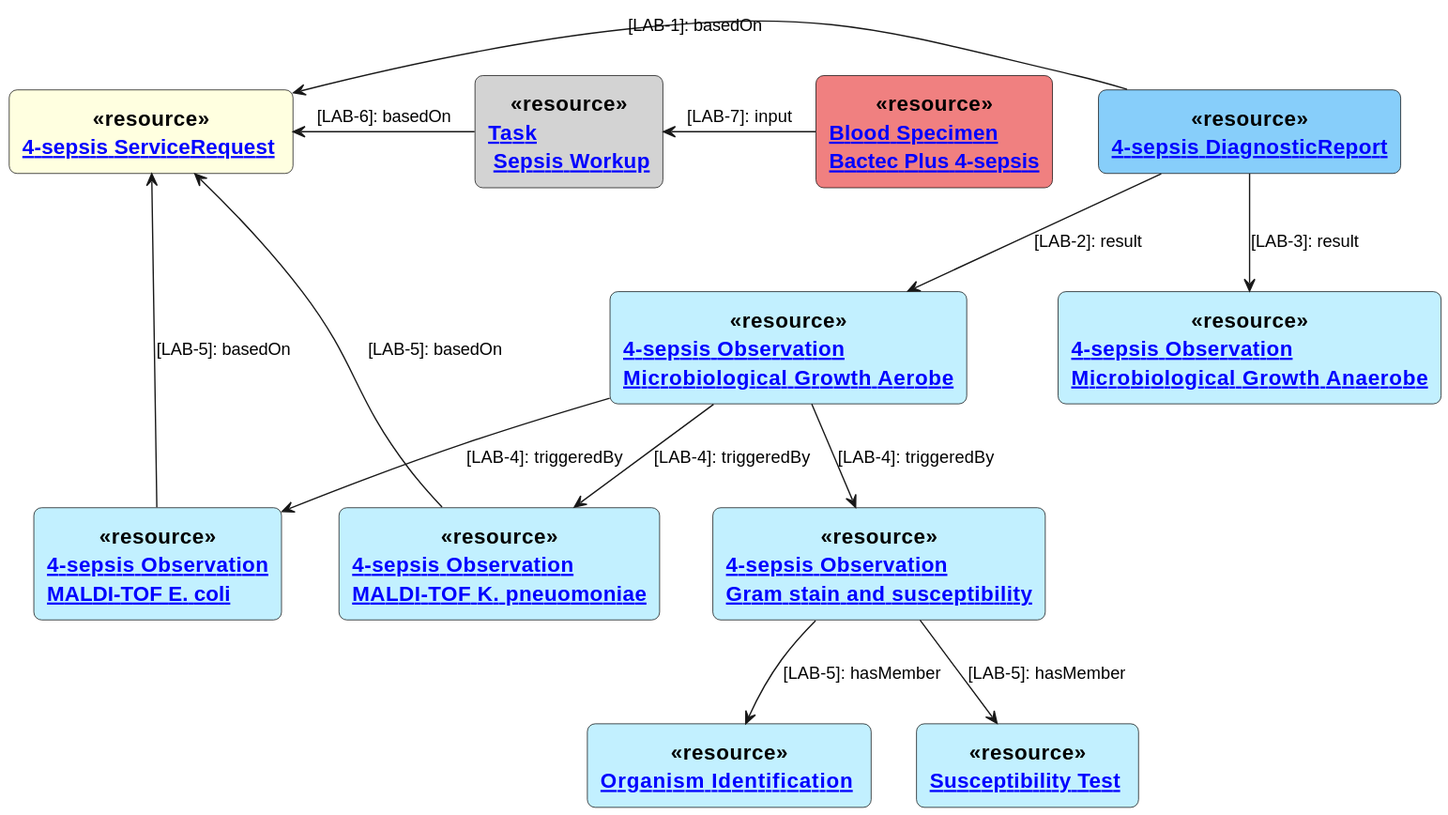
Earlier version of the PlantUML export input/images/4-sepsis-additional-testing.svg (hl7ch/ch-lab-order).
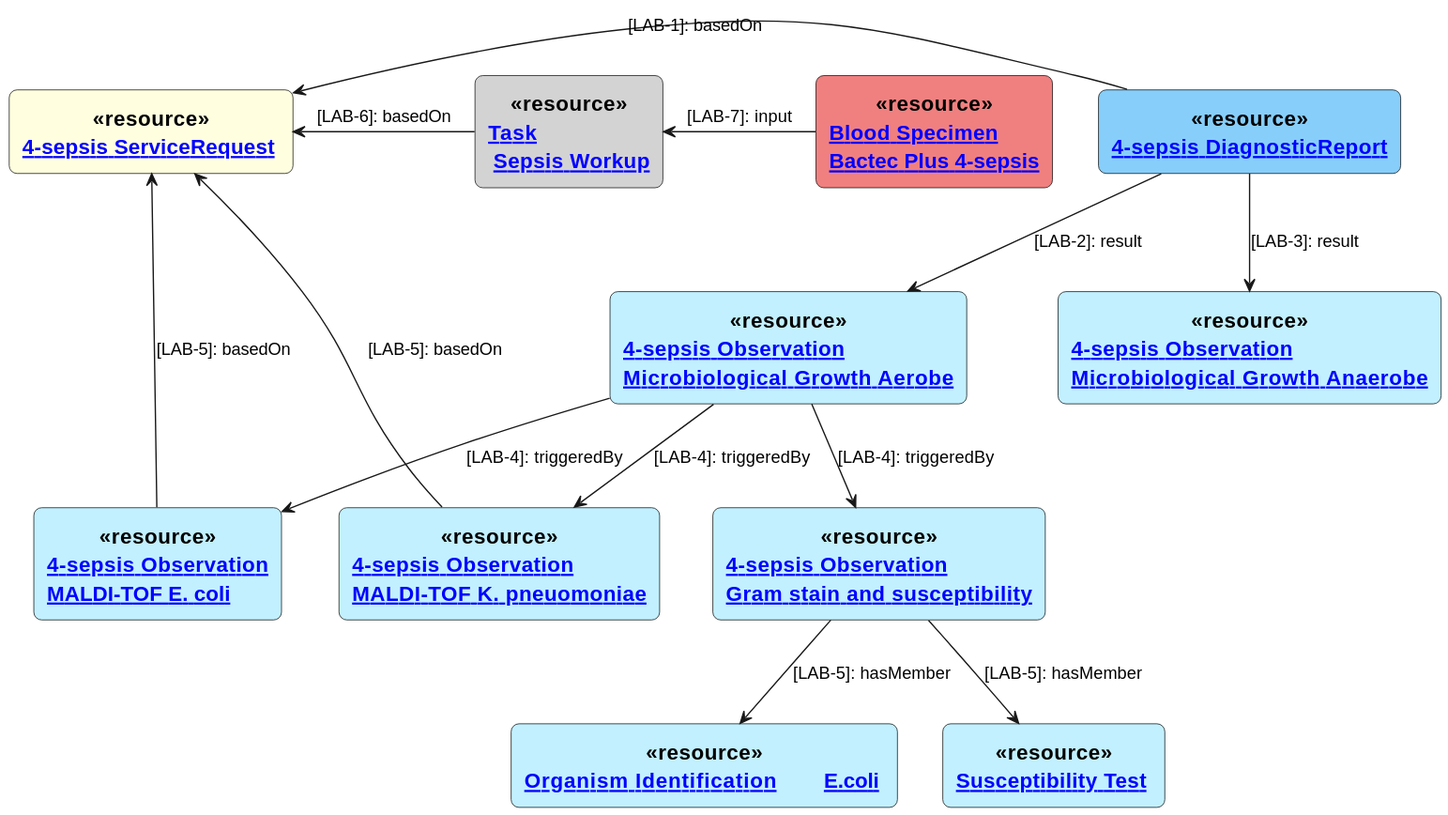
After the change.

Commit message:
improve diagram 4-sepis

Diff of the diagram source:
```diff
@@ -16,7 +16,7 @@
 rectangle "[[Observation-observationMALDI-TOF-Ecoli.html 4-sepsis Observation\nMALDI-TOF E. coli]]" as OMTE <<$bProcess>><<resource>> #APPLICATION
 rectangle "[[Observation-observationMALDI-TOF-Kpneu.html 4-sepsis Observation\nMALDI-TOF K. pneuomoniae]]" as OMTK <<$bProcess>><<resource>> #APPLICATION
 rectangle "[[Observation-observationGramStainAndSusceptibility.html 4-sepsis Observation\nGram stain and susceptibility]]" as OMGR <<$bProcess>><<resource>> #APPLICATION
-rectangle "[[Observation-OrganismIdentification.html Organism Identification ]]" as OI <<$bProcess>><<resource>> #APPLICATION
+rectangle "[[Observation-OrganismIdentification.html Organism Identification\t E.coli ]]" as OI <<$bProcess>><<resource>> #APPLICATION
 rectangle "[[Observation-SusceptibilityTest.html Susceptibility Test ]]" as ST <<$bProcess>><<resource>> #APPLICATION
 rectangle "[[Task-SepsisWorkup.html Task\n Sepsis Workup]]" as T1 <<$bProcess>><<resource>> #LightGray
 rectangle "[[Specimen-Blood-bactec-plus-4-sepsis.html Blood Specimen\nBactec Plus 4-sepsis]]" as BS <<$bProcess>><<resource>> #LightCoral
```
